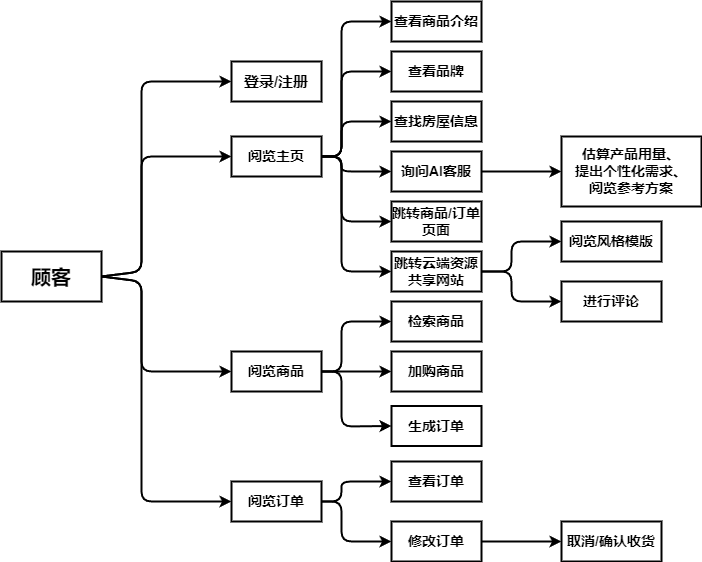
This is 8.drawio.png from xiyuliu509/microservice-shop, a draw.io export, as it was before one commit. Source tidied: cells renumbered, new cells last; positions are measured from the earlier drawing's top-left corner, leaving out a move shared by most shapes.
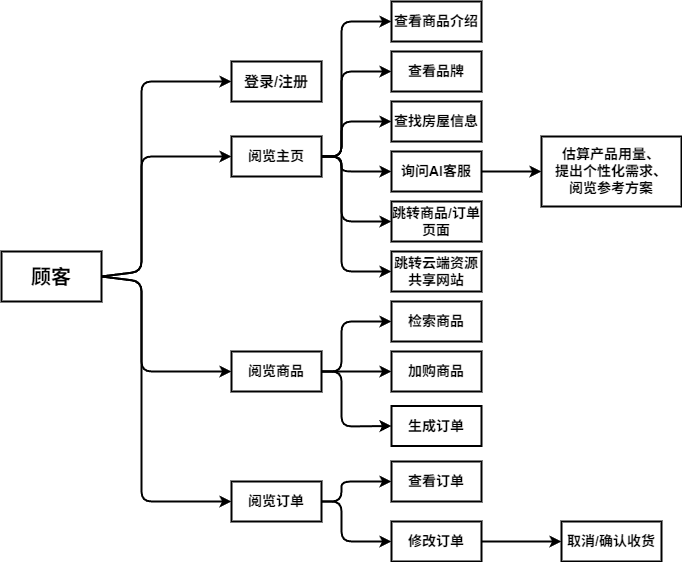
Later version of the same file.

Diff of the diagram source:
```diff
@@ -176,30 +176,8 @@
         </Array>
       </mxGeometry>
     </mxCell>
-    <mxCell id="35" style="endArrow=classic;html=1;strokeWidth=2;exitX=1;exitY=0.5;exitDx=0;exitDy=0;entryX=0;entryY=0.5;entryDx=0;entryDy=0;" parent="1" edge="1" source="18" target="36">
-      <mxGeometry relative="1" as="geometry">
-        <Array as="points">
-          <mxPoint x="510" y="270" />
-          <mxPoint x="510" y="240" />
-        </Array>
-      </mxGeometry>
-    </mxCell>
-    <mxCell id="36" value="&lt;span style=&quot;font-size: 14px;&quot;&gt;&lt;b&gt;阅览风格模版&lt;/b&gt;&lt;/span&gt;" style="rounded=0;whiteSpace=wrap;html=1;strokeWidth=2;" parent="1" vertex="1">
-      <mxGeometry x="560" y="220" width="100" height="40" as="geometry" />
-    </mxCell>
-    <mxCell id="37" style="endArrow=classic;html=1;strokeWidth=2;exitX=1;exitY=0.5;exitDx=0;exitDy=0;entryX=0;entryY=0.5;entryDx=0;entryDy=0;" parent="1" edge="1" source="18" target="38">
-      <mxGeometry relative="1" as="geometry">
-        <Array as="points">
-          <mxPoint x="510" y="270" />
-          <mxPoint x="510" y="300" />
-        </Array>
-      </mxGeometry>
-    </mxCell>
-    <mxCell id="38" value="&lt;span style=&quot;font-size: 14px;&quot;&gt;&lt;b&gt;进行评论&lt;/b&gt;&lt;/span&gt;" style="rounded=0;whiteSpace=wrap;html=1;strokeWidth=2;" parent="1" vertex="1">
-      <mxGeometry x="560" y="280" width="100" height="40" as="geometry" />
-    </mxCell>
     <mxCell id="39" value="&lt;span style=&quot;font-size: 14px;&quot;&gt;&lt;b&gt;估算产品用量、&lt;/b&gt;&lt;/span&gt;&lt;div&gt;&lt;span style=&quot;font-size: 14px;&quot;&gt;&lt;b&gt;提出个性化需求、&lt;/b&gt;&lt;/span&gt;&lt;/div&gt;&lt;div&gt;&lt;span style=&quot;font-size: 14px;&quot;&gt;&lt;b&gt;阅览参考方案&lt;/b&gt;&lt;/span&gt;&lt;/div&gt;" style="rounded=0;whiteSpace=wrap;html=1;strokeWidth=2;" parent="1" vertex="1">
-      <mxGeometry x="560" y="135" width="140" height="70" as="geometry" />
+      <mxGeometry x="540" y="135" width="140" height="70" as="geometry" />
     </mxCell>
     <mxCell id="40" value="&lt;span style=&quot;font-size: 14px;&quot;&gt;&lt;b&gt;取消/确认收货&lt;/b&gt;&lt;/span&gt;" style="rounded=0;whiteSpace=wrap;html=1;strokeWidth=2;" parent="1" vertex="1">
       <mxGeometry x="560" y="520" width="100" height="40" as="geometry" />
```
